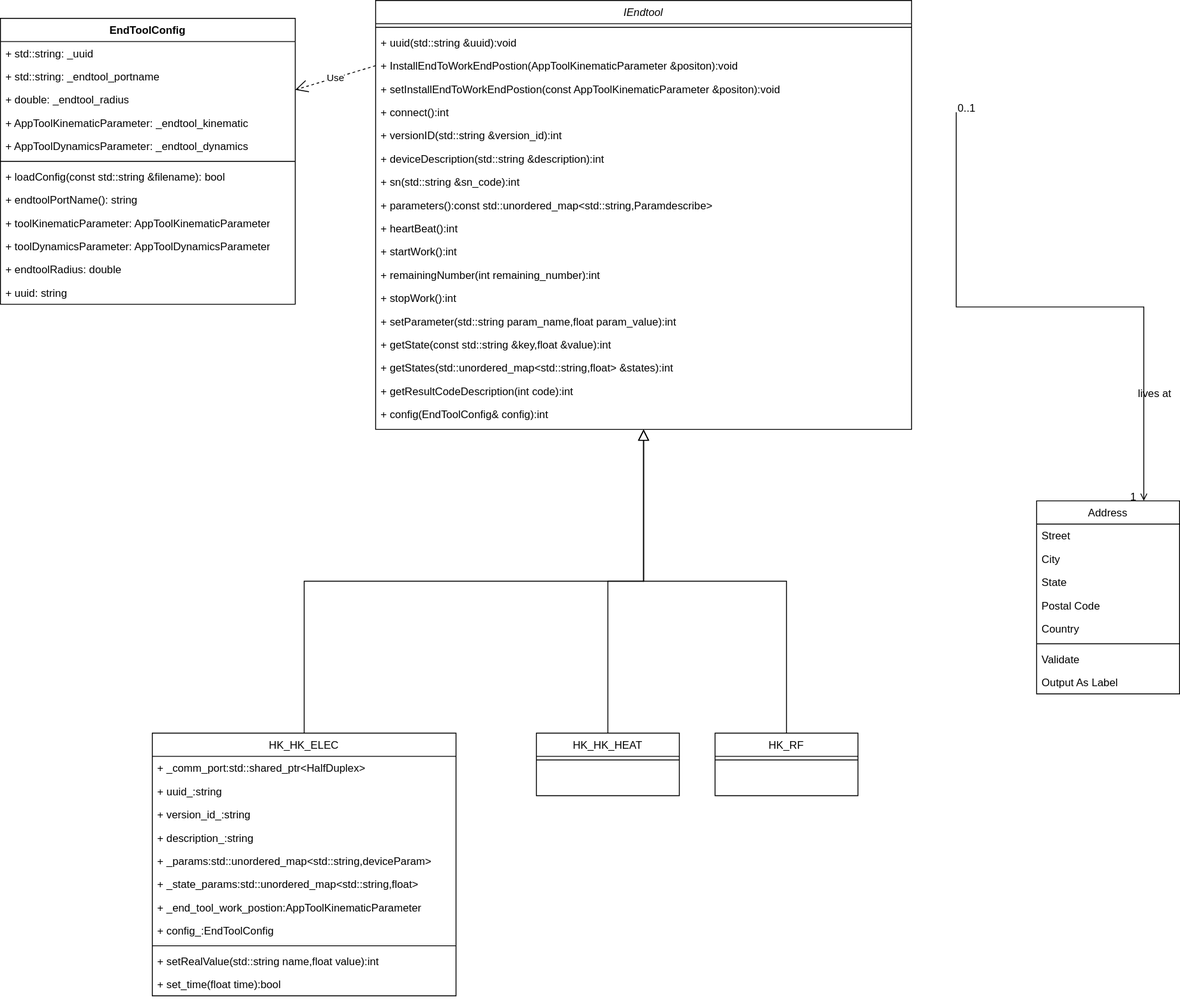
This is 理疗/理疗末端rpc服务.svg from Durpe/Drawio, a draw.io export, as it was before one commit. Source tidied: cells renumbered, new cells last; positions are measured from the earlier drawing's top-left corner, leaving out a move shared by most shapes.
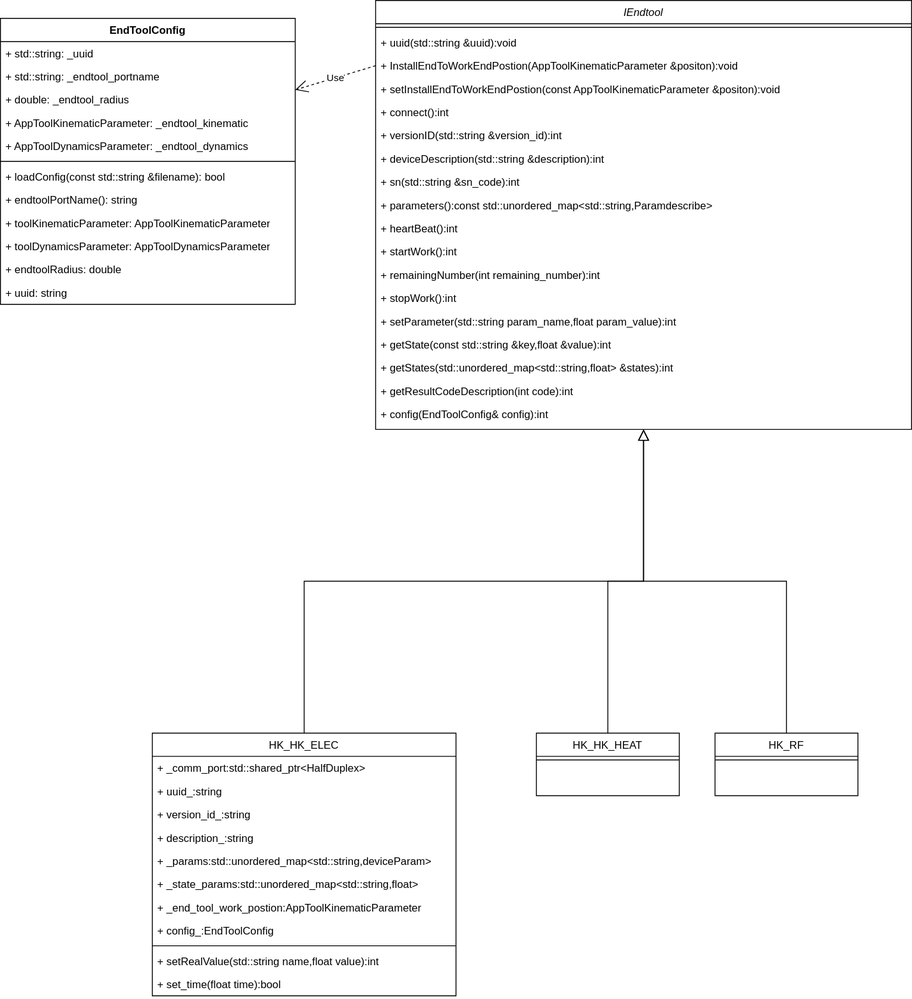
The same file after the commit.

Commit message:
更新理疗末端rpc服务.svg

The edit, as a diff of the source:
```diff
@@ -111,55 +111,6 @@
         </Array>
       </mxGeometry>
     </mxCell>
-    <mxCell id="37" value="Address" style="swimlane;fontStyle=0;align=center;verticalAlign=top;horizontal=1;startSize=26;rounded=0;shadow=0;strokeWidth=1;" parent="1" vertex="1">
-      <mxGeometry x="1160" y="560" width="160" height="216" as="geometry" />
-    </mxCell>
-    <mxCell id="38" value="Street" style="text;align=left;verticalAlign=top;spacingLeft=4;spacingRight=4;overflow=hidden;" parent="37" vertex="1">
-      <mxGeometry y="26" width="160" height="26" as="geometry" />
-    </mxCell>
-    <mxCell id="39" value="City" style="text;align=left;verticalAlign=top;spacingLeft=4;spacingRight=4;overflow=hidden;rounded=0;shadow=0;html=0;" parent="37" vertex="1">
-      <mxGeometry y="52" width="160" height="26" as="geometry" />
-    </mxCell>
-    <mxCell id="40" value="State" style="text;align=left;verticalAlign=top;spacingLeft=4;spacingRight=4;overflow=hidden;rounded=0;shadow=0;html=0;" parent="37" vertex="1">
-      <mxGeometry y="78" width="160" height="26" as="geometry" />
-    </mxCell>
-    <mxCell id="41" value="Postal Code" style="text;align=left;verticalAlign=top;spacingLeft=4;spacingRight=4;overflow=hidden;rounded=0;shadow=0;html=0;" parent="37" vertex="1">
-      <mxGeometry y="104" width="160" height="26" as="geometry" />
-    </mxCell>
-    <mxCell id="42" value="Country" style="text;align=left;verticalAlign=top;spacingLeft=4;spacingRight=4;overflow=hidden;rounded=0;shadow=0;html=0;" parent="37" vertex="1">
-      <mxGeometry y="130" width="160" height="26" as="geometry" />
-    </mxCell>
-    <mxCell id="43" style="line;html=1;strokeWidth=1;align=left;verticalAlign=middle;spacingTop=-1;spacingLeft=3;spacingRight=3;labelPosition=right;" parent="37" vertex="1">
-      <mxGeometry y="156" width="160" height="8" as="geometry" />
-    </mxCell>
-    <mxCell id="44" value="Validate" style="text;align=left;verticalAlign=top;spacingLeft=4;spacingRight=4;overflow=hidden;" parent="37" vertex="1">
-      <mxGeometry y="164" width="160" height="26" as="geometry" />
-    </mxCell>
-    <mxCell id="45" value="Output As Label" style="text;align=left;verticalAlign=top;spacingLeft=4;spacingRight=4;overflow=hidden;" parent="37" vertex="1">
-      <mxGeometry y="190" width="160" height="26" as="geometry" />
-    </mxCell>
-    <mxCell id="46" style="endArrow=open;shadow=0;strokeWidth=1;rounded=0;endFill=1;edgeStyle=elbowEdgeStyle;elbow=vertical;exitX=1;exitY=0.5;exitDx=0;exitDy=0;" parent="1" edge="1">
-      <mxGeometry x="0.5" y="41" relative="1" as="geometry">
-        <mxPoint x="1070" y="125" as="sourcePoint" />
-        <mxPoint x="1280" y="560" as="targetPoint" />
-        <mxPoint x="-40" y="32" as="offset" />
-      </mxGeometry>
-    </mxCell>
-    <mxCell id="47" value="0..1" style="align=left;verticalAlign=bottom;labelBackgroundColor=none;fontSize=12;" parent="46" vertex="1">
-      <mxGeometry x="-1" relative="1" as="geometry">
-        <mxPoint y="4" as="offset" />
-      </mxGeometry>
-    </mxCell>
-    <mxCell id="48" value="1" style="align=right;verticalAlign=bottom;labelBackgroundColor=none;fontSize=12;" parent="46" vertex="1">
-      <mxGeometry x="1" relative="1" as="geometry">
-        <mxPoint x="-7" y="4" as="offset" />
-      </mxGeometry>
-    </mxCell>
-    <mxCell id="49" value="lives at" style="text;html=1;align=center;verticalAlign=middle;labelBackgroundColor=none;rounded=0;shadow=0;strokeWidth=1;fontSize=12;" parent="46" vertex="1">
-      <mxGeometry x="0.5" y="49" relative="1" as="geometry">
-        <mxPoint x="-38" y="40" as="offset" />
-      </mxGeometry>
-    </mxCell>
     <mxCell id="50" value="HK_RF" style="swimlane;fontStyle=0;align=center;verticalAlign=top;horizontal=1;startSize=26;rounded=0;shadow=0;strokeWidth=1;" parent="1" vertex="1">
       <mxGeometry x="800" y="820" width="160" height="70" as="geometry" />
     </mxCell>
```
